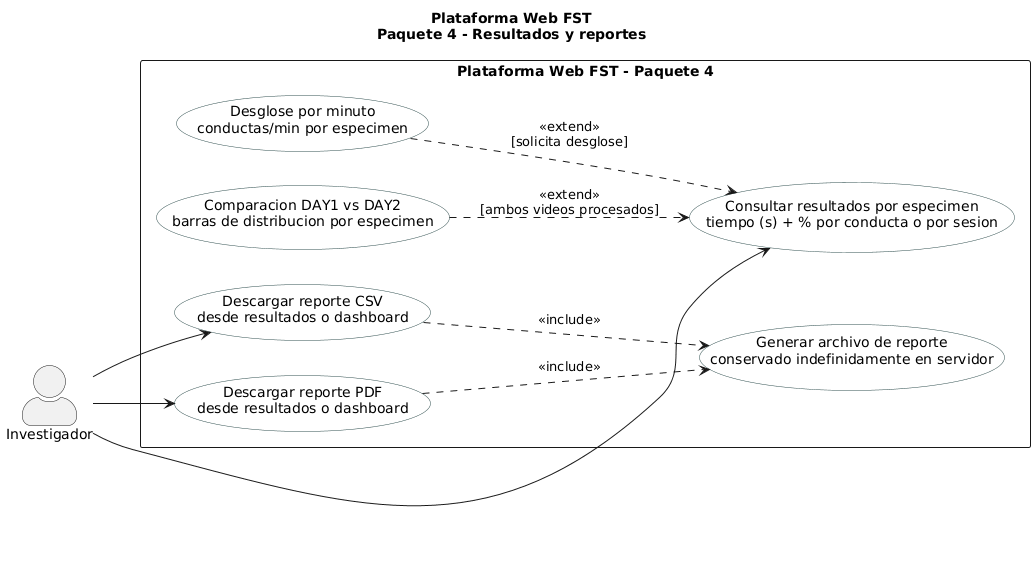
Earlier version of the PlantUML export figures/mermaid/cu_paquete4.png (ErickJester/fst-ai-system-latex).
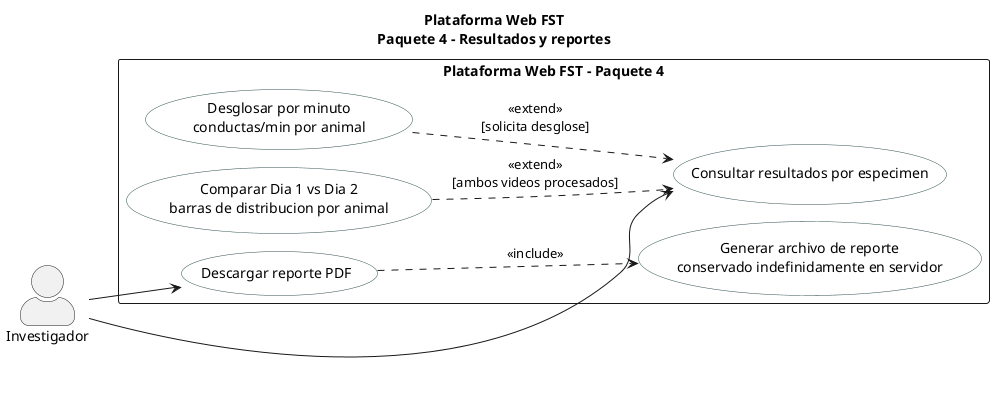
Above is the later version.

Diff of the diagram source:
```diff
@@ -1,4 +1,5 @@
-@startuml "Figura-5.4d-Paquete4"
+@startuml
+!pragma layout smetana
 title Plataforma Web FST\nPaquete 4 - Resultados y reportes
 left to right direction
 skinparam packageStyle rectangle
@@ -9,18 +10,15 @@
 }
 actor "Investigador" as INV
 rectangle "Plataforma Web FST - Paquete 4" {
-  usecase "Consultar resultados por especimen\ntiempo (s) + % por conducta o por sesion" as UC41
-  usecase "Desglose por minuto\nconductas/min por especimen" as UC42
-  usecase "Comparacion DAY1 vs DAY2\nbarras de distribucion por especimen" as UC43
-  usecase "Descargar reporte CSV\ndesde resultados o dashboard" as UC44
-  usecase "Descargar reporte PDF\ndesde resultados o dashboard" as UC45
+  usecase "Consultar resultados por especimen" as UC41
+  usecase "Desglosar por minuto\nconductas/min por animal" as UC42
+  usecase "Comparar Dia 1 vs Dia 2\nbarras de distribucion por animal" as UC43
+  usecase "Descargar reporte PDF" as UC45
   usecase "Generar archivo de reporte\nconservado indefinidamente en servidor" as UC46
 }
 INV --> UC41
-INV --> UC44
 INV --> UC45
 UC42 ..> UC41 : <<extend>>\n[solicita desglose]
 UC43 ..> UC41 : <<extend>>\n[ambos videos procesados]
-UC44 ..> UC46 : <<include>>
 UC45 ..> UC46 : <<include>>
 @enduml
```
